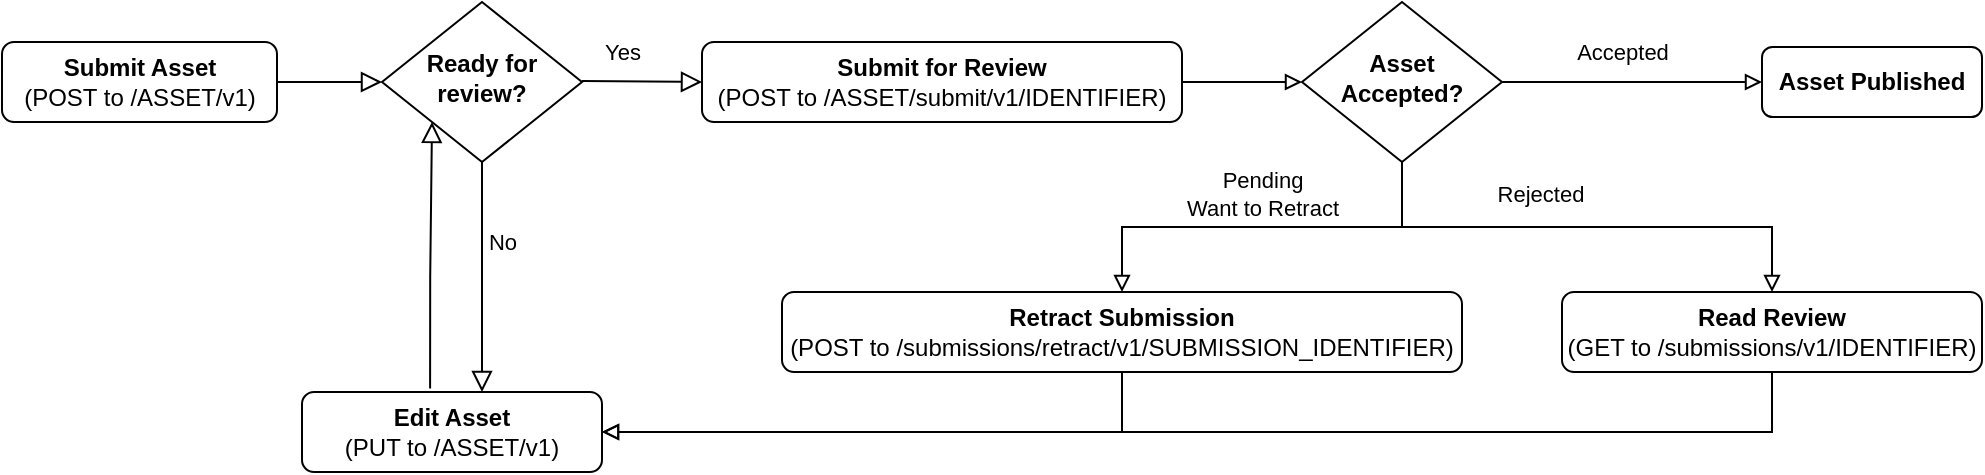
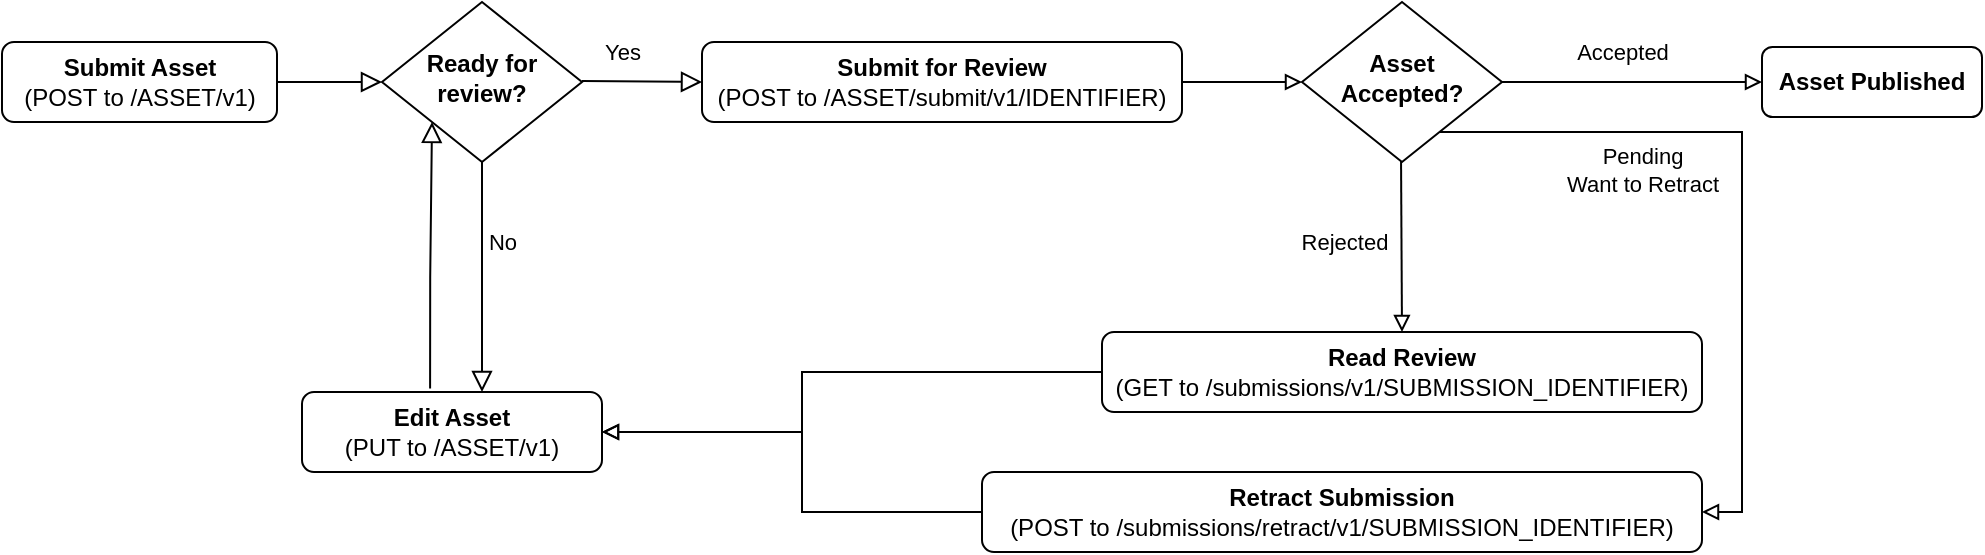
<mxfile host="app.diagrams.net" agent="Mozilla/5.0 (Macintosh; Intel Mac OS X 10_15_7) AppleWebKit/605.1.15 (KHTML, like Gecko) Version/17.5 Safari/605.1.15" version="26.1.1">
  <diagram id="C5RBs43oDa-KdzZeNtuy" name="Page-1">
    <mxGraphModel dx="1026" dy="603" grid="1" gridSize="10" guides="1" tooltips="1" connect="1" arrows="1" fold="1" page="1" pageScale="1" pageWidth="827" pageHeight="1169" math="0" shadow="0">
      <root>
        <mxCell id="WIyWlLk6GJQsqaUBKTNV-0" />
        <mxCell id="WIyWlLk6GJQsqaUBKTNV-1" parent="WIyWlLk6GJQsqaUBKTNV-0" />
        <mxCell id="WIyWlLk6GJQsqaUBKTNV-2" value="" style="rounded=0;html=1;jettySize=auto;orthogonalLoop=1;fontSize=11;endArrow=block;endFill=0;endSize=8;strokeWidth=1;shadow=0;labelBackgroundColor=none;edgeStyle=orthogonalEdgeStyle;" parent="WIyWlLk6GJQsqaUBKTNV-1" source="WIyWlLk6GJQsqaUBKTNV-3" target="WIyWlLk6GJQsqaUBKTNV-6" edge="1">
          <mxGeometry relative="1" as="geometry" />
        </mxCell>
        <mxCell id="WIyWlLk6GJQsqaUBKTNV-3" value="&lt;b&gt;Submit Asset&lt;/b&gt;&lt;div&gt;(POST to&amp;nbsp;/ASSET/v1)&lt;/div&gt;" style="rounded=1;whiteSpace=wrap;html=1;fontSize=12;glass=0;strokeWidth=1;shadow=0;" parent="WIyWlLk6GJQsqaUBKTNV-1" vertex="1">
          <mxGeometry x="250" y="65" width="137.5" height="40" as="geometry" />
        </mxCell>
        <mxCell id="WIyWlLk6GJQsqaUBKTNV-5" value="No" style="edgeStyle=orthogonalEdgeStyle;rounded=0;html=1;jettySize=auto;orthogonalLoop=1;fontSize=11;endArrow=block;endFill=0;endSize=8;strokeWidth=1;shadow=0;labelBackgroundColor=none;" parent="WIyWlLk6GJQsqaUBKTNV-1" edge="1">
          <mxGeometry y="10" relative="1" as="geometry">
            <mxPoint as="offset" />
            <mxPoint x="510" y="109" as="sourcePoint" />
            <mxPoint x="490" y="240" as="targetPoint" />
            <Array as="points">
              <mxPoint x="490" y="109" />
            </Array>
          </mxGeometry>
        </mxCell>
        <mxCell id="WIyWlLk6GJQsqaUBKTNV-6" value="&lt;b&gt;Ready for review?&lt;/b&gt;" style="rhombus;whiteSpace=wrap;html=1;shadow=0;fontFamily=Helvetica;fontSize=12;align=center;strokeWidth=1;spacing=6;spacingTop=-4;" parent="WIyWlLk6GJQsqaUBKTNV-1" vertex="1">
          <mxGeometry x="440" y="45" width="100" height="80" as="geometry" />
        </mxCell>
        <mxCell id="WIyWlLk6GJQsqaUBKTNV-7" value="&lt;b&gt;Edit Asset&lt;/b&gt;&lt;div&gt;(PUT to&amp;nbsp;/ASSET/v1)&lt;/div&gt;" style="rounded=1;whiteSpace=wrap;html=1;fontSize=12;glass=0;strokeWidth=1;shadow=0;" parent="WIyWlLk6GJQsqaUBKTNV-1" vertex="1">
          <mxGeometry x="400" y="240" width="150" height="40" as="geometry" />
        </mxCell>
        <mxCell id="QkUigUnqfaAujryV4CyO-2" value="" style="rounded=0;html=1;jettySize=auto;orthogonalLoop=1;fontSize=11;endArrow=block;endFill=0;endSize=8;strokeWidth=1;shadow=0;labelBackgroundColor=none;edgeStyle=orthogonalEdgeStyle;entryX=0;entryY=1;entryDx=0;entryDy=0;exitX=0.427;exitY=-0.043;exitDx=0;exitDy=0;exitPerimeter=0;" edge="1" parent="WIyWlLk6GJQsqaUBKTNV-1" source="WIyWlLk6GJQsqaUBKTNV-7" target="WIyWlLk6GJQsqaUBKTNV-6">
          <mxGeometry relative="1" as="geometry">
            <mxPoint x="420" y="187" as="sourcePoint" />
            <mxPoint x="450" y="95" as="targetPoint" />
            <Array as="points" />
          </mxGeometry>
        </mxCell>
        <mxCell id="QkUigUnqfaAujryV4CyO-4" value="&lt;b&gt;Submit for Review&lt;/b&gt;&lt;div&gt;(POST to /ASSET/submit/v1/IDENTIFIER)&lt;/div&gt;" style="rounded=1;whiteSpace=wrap;html=1;fontSize=12;glass=0;strokeWidth=1;shadow=0;" vertex="1" parent="WIyWlLk6GJQsqaUBKTNV-1">
          <mxGeometry x="600" y="65" width="240" height="40" as="geometry" />
        </mxCell>
        <mxCell id="QkUigUnqfaAujryV4CyO-5" value="" style="rounded=0;html=1;jettySize=auto;orthogonalLoop=1;fontSize=11;endArrow=block;endFill=0;endSize=8;strokeWidth=1;shadow=0;labelBackgroundColor=none;edgeStyle=orthogonalEdgeStyle;entryX=0;entryY=0.5;entryDx=0;entryDy=0;" edge="1" parent="WIyWlLk6GJQsqaUBKTNV-1" target="QkUigUnqfaAujryV4CyO-4">
          <mxGeometry relative="1" as="geometry">
            <mxPoint x="540" y="84.5" as="sourcePoint" />
            <mxPoint x="672" y="84.5" as="targetPoint" />
          </mxGeometry>
        </mxCell>
        <mxCell id="QkUigUnqfaAujryV4CyO-7" value="Yes" style="edgeLabel;html=1;align=center;verticalAlign=middle;resizable=0;points=[];" vertex="1" connectable="0" parent="QkUigUnqfaAujryV4CyO-5">
          <mxGeometry x="-0.3338" y="2" relative="1" as="geometry">
            <mxPoint y="-13" as="offset" />
          </mxGeometry>
        </mxCell>
-         <mxCell id="QkUigUnqfaAujryV4CyO-18" style="edgeStyle=orthogonalEdgeStyle;rounded=0;orthogonalLoop=1;jettySize=auto;html=1;exitX=0.5;exitY=1;exitDx=0;exitDy=0;entryX=0.5;entryY=0;entryDx=0;entryDy=0;endArrow=block;endFill=0;" edge="1" parent="WIyWlLk6GJQsqaUBKTNV-1" source="QkUigUnqfaAujryV4CyO-8" target="QkUigUnqfaAujryV4CyO-17">
-           <mxGeometry relative="1" as="geometry" />
+         <mxCell id="QkUigUnqfaAujryV4CyO-18" style="edgeStyle=orthogonalEdgeStyle;rounded=0;orthogonalLoop=1;jettySize=auto;html=1;exitX=0.5;exitY=1;exitDx=0;exitDy=0;endArrow=block;endFill=0;entryX=1;entryY=0.5;entryDx=0;entryDy=0;" edge="1" parent="WIyWlLk6GJQsqaUBKTNV-1" source="QkUigUnqfaAujryV4CyO-8" target="QkUigUnqfaAujryV4CyO-17">
+           <mxGeometry relative="1" as="geometry">
+             <mxPoint x="1150" y="350" as="targetPoint" />
+             <Array as="points">
+               <mxPoint x="950" y="110" />
+               <mxPoint x="1120" y="110" />
+               <mxPoint x="1120" y="300" />
+             </Array>
+           </mxGeometry>
        </mxCell>
        <mxCell id="QkUigUnqfaAujryV4CyO-21" value="Pending&lt;div&gt;Want to Retract&lt;/div&gt;" style="edgeLabel;html=1;align=center;verticalAlign=middle;resizable=0;points=[];" vertex="1" connectable="0" parent="QkUigUnqfaAujryV4CyO-18">
          <mxGeometry x="0.2439" relative="1" as="geometry">
-             <mxPoint x="25" y="-17" as="offset" />
+             <mxPoint x="-50" y="-42" as="offset" />
          </mxGeometry>
        </mxCell>
-         <mxCell id="QkUigUnqfaAujryV4CyO-19" style="edgeStyle=orthogonalEdgeStyle;rounded=0;orthogonalLoop=1;jettySize=auto;html=1;exitX=0.5;exitY=1;exitDx=0;exitDy=0;entryX=0.5;entryY=0;entryDx=0;entryDy=0;endArrow=block;endFill=0;" edge="1" parent="WIyWlLk6GJQsqaUBKTNV-1" source="QkUigUnqfaAujryV4CyO-8" target="QkUigUnqfaAujryV4CyO-10">
-           <mxGeometry relative="1" as="geometry" />
+         <mxCell id="QkUigUnqfaAujryV4CyO-19" style="edgeStyle=orthogonalEdgeStyle;rounded=0;orthogonalLoop=1;jettySize=auto;html=1;endArrow=block;endFill=0;entryX=0.5;entryY=0;entryDx=0;entryDy=0;" edge="1" parent="WIyWlLk6GJQsqaUBKTNV-1" target="QkUigUnqfaAujryV4CyO-10">
+           <mxGeometry relative="1" as="geometry">
+             <mxPoint x="949.5" y="120" as="sourcePoint" />
+             <mxPoint x="950" y="200" as="targetPoint" />
+             <Array as="points" />
+           </mxGeometry>
        </mxCell>
        <mxCell id="QkUigUnqfaAujryV4CyO-20" value="Rejected" style="edgeLabel;html=1;align=center;verticalAlign=middle;resizable=0;points=[];" vertex="1" connectable="0" parent="QkUigUnqfaAujryV4CyO-19">
          <mxGeometry x="-0.188" y="3" relative="1" as="geometry">
-             <mxPoint y="-14" as="offset" />
+             <mxPoint x="-32" y="8" as="offset" />
          </mxGeometry>
        </mxCell>
        <mxCell id="QkUigUnqfaAujryV4CyO-23" style="edgeStyle=orthogonalEdgeStyle;rounded=0;orthogonalLoop=1;jettySize=auto;html=1;exitX=1;exitY=0.5;exitDx=0;exitDy=0;entryX=0;entryY=0.5;entryDx=0;entryDy=0;endArrow=block;endFill=0;" edge="1" parent="WIyWlLk6GJQsqaUBKTNV-1" source="QkUigUnqfaAujryV4CyO-8" target="QkUigUnqfaAujryV4CyO-14">
          <mxGeometry relative="1" as="geometry" />
        </mxCell>
        <mxCell id="QkUigUnqfaAujryV4CyO-24" value="Accepted" style="edgeLabel;html=1;align=center;verticalAlign=middle;resizable=0;points=[];" vertex="1" connectable="0" parent="QkUigUnqfaAujryV4CyO-23">
          <mxGeometry x="-0.2923" y="2" relative="1" as="geometry">
            <mxPoint x="14" y="-13" as="offset" />
          </mxGeometry>
        </mxCell>
        <mxCell id="QkUigUnqfaAujryV4CyO-8" value="&lt;b&gt;Asset&lt;/b&gt;&lt;div&gt;&lt;b&gt;Accepted?&lt;/b&gt;&lt;/div&gt;" style="rhombus;whiteSpace=wrap;html=1;shadow=0;fontFamily=Helvetica;fontSize=12;align=center;strokeWidth=1;spacing=6;spacingTop=-4;" vertex="1" parent="WIyWlLk6GJQsqaUBKTNV-1">
          <mxGeometry x="900" y="45" width="100" height="80" as="geometry" />
        </mxCell>
        <mxCell id="QkUigUnqfaAujryV4CyO-9" style="edgeStyle=orthogonalEdgeStyle;rounded=0;orthogonalLoop=1;jettySize=auto;html=1;exitX=1;exitY=0.5;exitDx=0;exitDy=0;endArrow=block;endFill=0;entryX=0;entryY=0.5;entryDx=0;entryDy=0;" edge="1" parent="WIyWlLk6GJQsqaUBKTNV-1" source="QkUigUnqfaAujryV4CyO-4" target="QkUigUnqfaAujryV4CyO-8">
          <mxGeometry relative="1" as="geometry">
            <mxPoint x="920" y="90" as="targetPoint" />
          </mxGeometry>
        </mxCell>
-         <mxCell id="QkUigUnqfaAujryV4CyO-13" style="edgeStyle=orthogonalEdgeStyle;rounded=0;orthogonalLoop=1;jettySize=auto;html=1;exitX=0.5;exitY=1;exitDx=0;exitDy=0;entryX=1;entryY=0.5;entryDx=0;entryDy=0;endArrow=block;endFill=0;" edge="1" parent="WIyWlLk6GJQsqaUBKTNV-1" source="QkUigUnqfaAujryV4CyO-10" target="WIyWlLk6GJQsqaUBKTNV-7">
+         <mxCell id="QkUigUnqfaAujryV4CyO-25" style="edgeStyle=orthogonalEdgeStyle;rounded=0;orthogonalLoop=1;jettySize=auto;html=1;exitX=0;exitY=0.5;exitDx=0;exitDy=0;endArrow=block;endFill=0;" edge="1" parent="WIyWlLk6GJQsqaUBKTNV-1" source="QkUigUnqfaAujryV4CyO-10" target="WIyWlLk6GJQsqaUBKTNV-7">
          <mxGeometry relative="1" as="geometry">
            <Array as="points">
-               <mxPoint x="1135" y="260" />
+               <mxPoint x="650" y="230" />
+               <mxPoint x="650" y="260" />
            </Array>
          </mxGeometry>
        </mxCell>
-         <mxCell id="QkUigUnqfaAujryV4CyO-10" value="&lt;b&gt;Read Review&lt;/b&gt;&lt;div&gt;(GET to&amp;nbsp;/submissions/v1/IDENTIFIER)&lt;/div&gt;" style="rounded=1;whiteSpace=wrap;html=1;fontSize=12;glass=0;strokeWidth=1;shadow=0;" vertex="1" parent="WIyWlLk6GJQsqaUBKTNV-1">
-           <mxGeometry x="1030" y="190" width="210" height="40" as="geometry" />
+         <mxCell id="QkUigUnqfaAujryV4CyO-10" value="&lt;b&gt;Read Review&lt;/b&gt;&lt;div&gt;(GET to&amp;nbsp;/submissions/v1/SUBMISSION_IDENTIFIER)&lt;/div&gt;" style="rounded=1;whiteSpace=wrap;html=1;fontSize=12;glass=0;strokeWidth=1;shadow=0;" vertex="1" parent="WIyWlLk6GJQsqaUBKTNV-1">
+           <mxGeometry x="800" y="210" width="300" height="40" as="geometry" />
        </mxCell>
        <mxCell id="QkUigUnqfaAujryV4CyO-14" value="&lt;b&gt;Asset Published&lt;/b&gt;" style="rounded=1;whiteSpace=wrap;html=1;" vertex="1" parent="WIyWlLk6GJQsqaUBKTNV-1">
          <mxGeometry x="1130" y="67.5" width="110" height="35" as="geometry" />
        </mxCell>
-         <mxCell id="QkUigUnqfaAujryV4CyO-22" style="edgeStyle=orthogonalEdgeStyle;rounded=0;orthogonalLoop=1;jettySize=auto;html=1;exitX=0.5;exitY=1;exitDx=0;exitDy=0;entryX=1;entryY=0.5;entryDx=0;entryDy=0;endArrow=block;endFill=0;" edge="1" parent="WIyWlLk6GJQsqaUBKTNV-1" source="QkUigUnqfaAujryV4CyO-17" target="WIyWlLk6GJQsqaUBKTNV-7">
-           <mxGeometry relative="1" as="geometry" />
+         <mxCell id="QkUigUnqfaAujryV4CyO-26" style="edgeStyle=orthogonalEdgeStyle;rounded=0;orthogonalLoop=1;jettySize=auto;html=1;exitX=0;exitY=0.5;exitDx=0;exitDy=0;entryX=1;entryY=0.5;entryDx=0;entryDy=0;endArrow=block;endFill=0;" edge="1" parent="WIyWlLk6GJQsqaUBKTNV-1" source="QkUigUnqfaAujryV4CyO-17" target="WIyWlLk6GJQsqaUBKTNV-7">
+           <mxGeometry relative="1" as="geometry">
+             <Array as="points">
+               <mxPoint x="650" y="300" />
+               <mxPoint x="650" y="260" />
+             </Array>
+           </mxGeometry>
        </mxCell>
        <mxCell id="QkUigUnqfaAujryV4CyO-17" value="&lt;b&gt;Retract Submission&lt;/b&gt;&lt;div&gt;(POST to&amp;nbsp;/submissions/retract/v1/SUBMISSION_IDENTIFIER)&lt;/div&gt;" style="rounded=1;whiteSpace=wrap;html=1;fontSize=12;glass=0;strokeWidth=1;shadow=0;" vertex="1" parent="WIyWlLk6GJQsqaUBKTNV-1">
-           <mxGeometry x="640" y="190" width="340" height="40" as="geometry" />
+           <mxGeometry x="740" y="280" width="360" height="40" as="geometry" />
        </mxCell>
      </root>
    </mxGraphModel>
  </diagram>
</mxfile>
